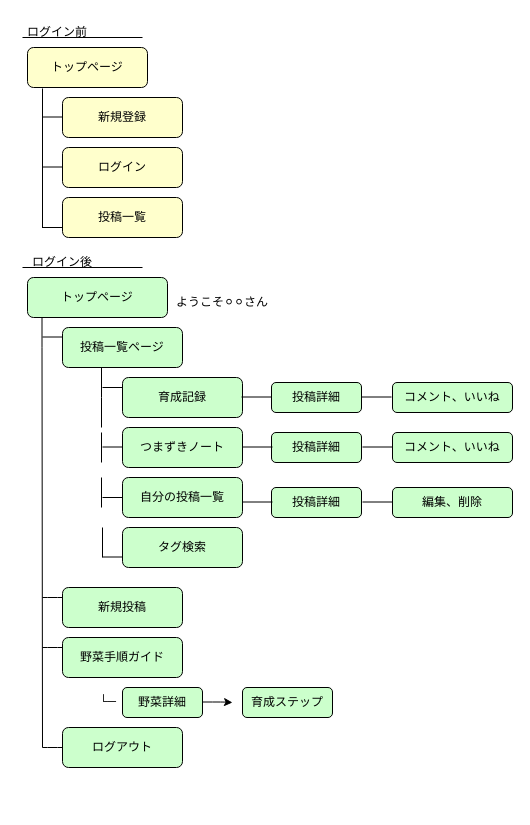
The draw.io diagram screen_transition.dio in okada076/original_app-42380, before the edit. Source tidied: cells renumbered, new cells numbered last; positions are measured from the earlier drawing's top-left corner, leaving out a move shared by most shapes. Both pictures are drawn from the tidied source at 100%, with x=0, y=0 at pixel (17, 17).
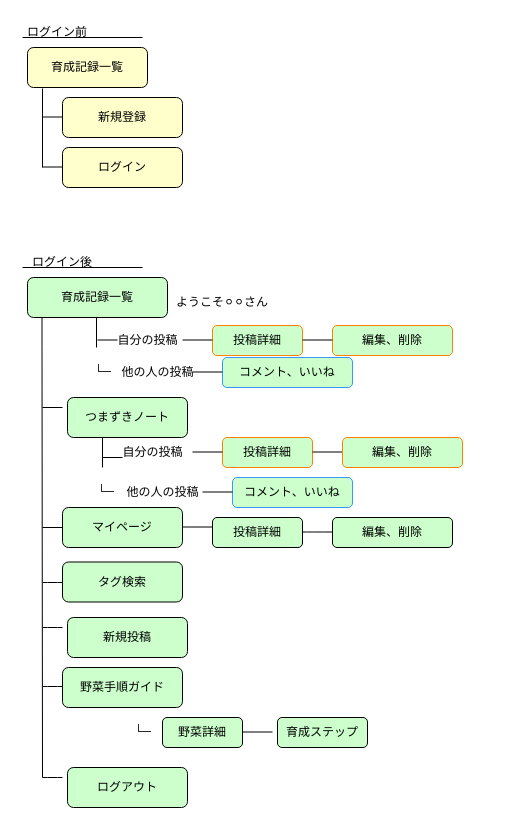
Above is the later version.

Commit message (it also covers changes not shown here):
画面遷移図編集

Diff of the diagram source:
```diff
@@
-    <mxCell id="4" style="shape=partialRectangle;whiteSpace=wrap;html=1;bottom=0;right=0;fillColor=none;direction=north;" parent="1" vertex="1">
-      <mxGeometry x="25" y="190" width="20" height="20" as="geometry" />
-    </mxCell>
@@
     <mxCell id="9" style="endArrow=none;html=1;" parent="1" edge="1">
       <mxGeometry relative="1" as="geometry">
-        <mxPoint x="25" y="319.5" as="sourcePoint" />
-        <mxPoint x="45" y="319.5" as="targetPoint" />
+        <mxPoint x="25" y="510" as="sourcePoint" />
+        <mxPoint x="45" y="510" as="targetPoint" />
         <Array as="points">
-          <mxPoint x="25" y="319.5" />
+          <mxPoint x="25" y="510" />
         </Array>
       </mxGeometry>
     </mxCell>
-    <mxCell id="10" value="トップページ" style="rounded=1;whiteSpace=wrap;html=1;fillColor=#CCFFCC;" parent="1" vertex="1">
+    <mxCell id="10" value="育成記録一覧" style="rounded=1;whiteSpace=wrap;html=1;fillColor=#CCFFCC;" parent="1" vertex="1">
       <mxGeometry x="10" y="260" width="140" height="40" as="geometry" />
     </mxCell>
@@
-    <mxCell id="12" style="endArrow=none;html=1;" parent="1" edge="1">
-      <mxGeometry relative="1" as="geometry">
-        <mxPoint x="84" y="380" as="sourcePoint" />
-        <mxPoint x="84" y="350" as="targetPoint" />
-      </mxGeometry>
-    </mxCell>
-    <mxCell id="13" style="endArrow=none;html=1;" parent="1" edge="1">
-      <mxGeometry relative="1" as="geometry">
-        <mxPoint x="85" y="540" as="sourcePoint" />
-        <mxPoint x="85" y="510" as="targetPoint" />
-      </mxGeometry>
-    </mxCell>
     <mxCell id="14" style="endArrow=none;html=1;" parent="1" edge="1">
       <mxGeometry relative="1" as="geometry">
-        <mxPoint x="84" y="490" as="sourcePoint" />
-        <mxPoint x="84" y="460" as="targetPoint" />
+        <mxPoint x="79" y="330" as="sourcePoint" />
+        <mxPoint x="79" y="300" as="targetPoint" />
       </mxGeometry>
     </mxCell>
     <mxCell id="15" style="endArrow=none;html=1;" parent="1" edge="1">
       <mxGeometry relative="1" as="geometry">
-        <mxPoint x="84" y="445" as="sourcePoint" />
-        <mxPoint x="84" y="415" as="targetPoint" />
+        <mxPoint x="85" y="450" as="sourcePoint" />
+        <mxPoint x="85" y="420" as="targetPoint" />
       </mxGeometry>
     </mxCell>
-    <mxCell id="16" style="endArrow=none;html=1;" parent="1" edge="1">
-      <mxGeometry relative="1" as="geometry">
-        <mxPoint x="84" y="410" as="sourcePoint" />
-        <mxPoint x="84" y="380" as="targetPoint" />
-      </mxGeometry>
-    </mxCell>
-    <mxCell id="17" style="endArrow=none;html=1;" parent="1" edge="1">
-      <mxGeometry relative="1" as="geometry">
-        <mxPoint x="85" y="370" as="sourcePoint" />
-        <mxPoint x="105" y="370" as="targetPoint" />
-        <Array as="points">
-          <mxPoint x="85" y="370" />
-        </Array>
-      </mxGeometry>
-    </mxCell>
     <mxCell id="18" style="endArrow=none;html=1;" parent="1" edge="1">
       <mxGeometry relative="1" as="geometry">
-        <mxPoint x="85" y="429.5" as="sourcePoint" />
-        <mxPoint x="105" y="429.5" as="targetPoint" />
+        <mxPoint x="25" y="390" as="sourcePoint" />
+        <mxPoint x="45" y="390" as="targetPoint" />
         <Array as="points">
-          <mxPoint x="85" y="429.5" />
+          <mxPoint x="25" y="390" />
         </Array>
       </mxGeometry>
     </mxCell>
     <mxCell id="19" style="endArrow=none;html=1;" parent="1" edge="1">
       <mxGeometry relative="1" as="geometry">
-        <mxPoint x="25" y="580" as="sourcePoint" />
-        <mxPoint x="45" y="580" as="targetPoint" />
+        <mxPoint x="25" y="565" as="sourcePoint" />
+        <mxPoint x="45" y="565" as="targetPoint" />
         <Array as="points">
-          <mxPoint x="35" y="580" />
+          <mxPoint x="35" y="565" />
         </Array>
       </mxGeometry>
     </mxCell>
-    <mxCell id="20" value="投稿一覧ページ" style="rounded=1;whiteSpace=wrap;html=1;fillColor=#CCFFCC;" parent="1" vertex="1">
-      <mxGeometry x="45" y="310" width="120" height="40" as="geometry" />
-    </mxCell>
-    <mxCell id="21" value="育成記録" style="rounded=1;whiteSpace=wrap;html=1;fillColor=#CCFFCC;" parent="1" vertex="1">
-      <mxGeometry x="105" y="360" width="120" height="40" as="geometry" />
-    </mxCell>
     <mxCell id="22" style="endArrow=none;html=1;" parent="1" edge="1">
       <mxGeometry relative="1" as="geometry">
-        <mxPoint x="85" y="539.5" as="sourcePoint" />
-        <mxPoint x="105" y="539.5" as="targetPoint" />
+        <mxPoint x="85" y="440" as="sourcePoint" />
+        <mxPoint x="105" y="440" as="targetPoint" />
         <Array as="points">
-          <mxPoint x="85" y="539.5" />
+          <mxPoint x="85" y="440" />
         </Array>
       </mxGeometry>
     </mxCell>
     <mxCell id="23" style="endArrow=none;html=1;" parent="1" edge="1">
       <mxGeometry relative="1" as="geometry">
-        <mxPoint x="85" y="480" as="sourcePoint" />
-        <mxPoint x="105" y="480" as="targetPoint" />
+        <mxPoint x="80" y="322.5" as="sourcePoint" />
+        <mxPoint x="100" y="322.5" as="targetPoint" />
         <Array as="points">
-          <mxPoint x="85" y="480" />
+          <mxPoint x="80" y="322.5" />
         </Array>
       </mxGeometry>
     </mxCell>
     <mxCell id="24" style="endArrow=none;html=1;" parent="1" edge="1">
       <mxGeometry relative="1" as="geometry">
-        <mxPoint x="25" y="630" as="sourcePoint" />
-        <mxPoint x="45" y="630" as="targetPoint" />
+        <mxPoint x="25" y="610" as="sourcePoint" />
+        <mxPoint x="45" y="610" as="targetPoint" />
         <Array as="points">
-          <mxPoint x="35" y="630" />
+          <mxPoint x="35" y="610" />
         </Array>
       </mxGeometry>
     </mxCell>
     <mxCell id="25" value="つまずきノート" style="rounded=1;whiteSpace=wrap;html=1;fillColor=#CCFFCC;" parent="1" vertex="1">
-      <mxGeometry x="105" y="410" width="120" height="40" as="geometry" />
+      <mxGeometry x="50" y="380" width="120" height="40" as="geometry" />
     </mxCell>
-    <mxCell id="26" value="自分の投稿一覧" style="rounded=1;whiteSpace=wrap;html=1;fillColor=#CCFFCC;" parent="1" vertex="1">
-      <mxGeometry x="105" y="460" width="120" height="40" as="geometry" />
+    <mxCell id="26" value="マイページ" style="rounded=1;whiteSpace=wrap;html=1;fillColor=#CCFFCC;" parent="1" vertex="1">
+      <mxGeometry x="45" y="490" width="120" height="40" as="geometry" />
     </mxCell>
     <mxCell id="27" value="タグ検索" style="rounded=1;whiteSpace=wrap;html=1;fillColor=#CCFFCC;" parent="1" vertex="1">
-      <mxGeometry x="105" y="510" width="120" height="40" as="geometry" />
+      <mxGeometry x="45" y="544.5" width="120" height="40" as="geometry" />
     </mxCell>
     <mxCell id="28" style="endArrow=none;html=1;" parent="1" edge="1">
       <mxGeometry relative="1" as="geometry">
-        <mxPoint x="25" y="730" as="sourcePoint" />
+        <mxPoint x="25" y="760" as="sourcePoint" />
         <mxPoint x="24.5" y="330" as="targetPoint" />
       </mxGeometry>
     </mxCell>
     <mxCell id="29" value="新規投稿" style="rounded=1;whiteSpace=wrap;html=1;fillColor=#CCFFCC;" parent="1" vertex="1">
-      <mxGeometry x="45" y="570" width="120" height="40" as="geometry" />
+      <mxGeometry x="50" y="600" width="120" height="40" as="geometry" />
     </mxCell>
     <mxCell id="30" value="野菜手順ガイド" style="rounded=1;whiteSpace=wrap;html=1;fillColor=#CCFFCC;" parent="1" vertex="1">
-      <mxGeometry x="45" y="620" width="120" height="40" as="geometry" />
+      <mxGeometry x="45" y="650" width="120" height="40" as="geometry" />
     </mxCell>
     <mxCell id="31" value="└─" style="text;whiteSpace=wrap;" parent="1" vertex="1">
-      <mxGeometry x="80" y="670" width="60" height="40" as="geometry" />
+      <mxGeometry x="115" y="700" width="60" height="40" as="geometry" />
     </mxCell>
     <mxCell id="32" value="野菜詳細" style="rounded=1;whiteSpace=wrap;html=1;fillColor=#CCFFCC;" parent="1" vertex="1">
-      <mxGeometry x="105" y="670" width="80" height="30" as="geometry" />
+      <mxGeometry x="145" y="700" width="80" height="30" as="geometry" />
     </mxCell>
-    <mxCell id="33" style="endArrow=classic;html=1;" parent="1" edge="1">
-      <mxGeometry relative="1" as="geometry">
-        <mxPoint x="185" y="684.5" as="sourcePoint" />
-        <mxPoint x="215" y="685" as="targetPoint" />
-        <Array as="points">
-          <mxPoint x="205" y="684.5" />
-        </Array>
-      </mxGeometry>
-    </mxCell>
     <mxCell id="34" value="育成ステップ" style="rounded=1;whiteSpace=wrap;html=1;fillColor=#CCFFCC;" parent="1" vertex="1">
-      <mxGeometry x="225" y="670" width="90" height="30" as="geometry" />
+      <mxGeometry x="260" y="700" width="90" height="30" as="geometry" />
     </mxCell>
     <mxCell id="35" style="endArrow=none;html=1;" parent="1" edge="1">
       <mxGeometry relative="1" as="geometry">
-        <mxPoint x="25" y="730" as="sourcePoint" />
-        <mxPoint x="45" y="730" as="targetPoint" />
+        <mxPoint x="25" y="760" as="sourcePoint" />
+        <mxPoint x="45" y="760" as="targetPoint" />
         <Array as="points">
-          <mxPoint x="35" y="730" />
+          <mxPoint x="35" y="760" />
         </Array>
       </mxGeometry>
     </mxCell>
     <mxCell id="36" value="ログアウト" style="rounded=1;whiteSpace=wrap;html=1;fillColor=#CCFFCC;" parent="1" vertex="1">
-      <mxGeometry x="45" y="710" width="120" height="40" as="geometry" />
+      <mxGeometry x="50" y="750" width="120" height="40" as="geometry" />
     </mxCell>
-    <mxCell id="37" value="コメント、いいね" style="rounded=1;whiteSpace=wrap;html=1;fillColor=#CCFFCC;" parent="1" vertex="1">
-      <mxGeometry x="375" y="365" width="120" height="30" as="geometry" />
+    <mxCell id="37" value="コメント、いいね" style="rounded=1;whiteSpace=wrap;html=1;fillColor=#CCFFCC;strokeColor=#3399FF;" parent="1" vertex="1">
+      <mxGeometry x="215" y="460" width="120" height="30" as="geometry" />
     </mxCell>
-    <mxCell id="38" value="コメント、いいね" style="rounded=1;whiteSpace=wrap;html=1;fillColor=#CCFFCC;" parent="1" vertex="1">
-      <mxGeometry x="375" y="415" width="120" height="30" as="geometry" />
+    <mxCell id="38" value="コメント、いいね" style="rounded=1;whiteSpace=wrap;html=1;fillColor=#CCFFCC;strokeColor=#3399FF;" parent="1" vertex="1">
+      <mxGeometry x="205" y="340" width="130" height="30" as="geometry" />
     </mxCell>
-    <mxCell id="39" value="投稿詳細" style="rounded=1;whiteSpace=wrap;html=1;fillColor=#CCFFCC;" parent="1" vertex="1">
-      <mxGeometry x="254" y="365" width="90" height="30" as="geometry" />
+    <mxCell id="39" value="投稿詳細" style="rounded=1;whiteSpace=wrap;html=1;fillColor=#CCFFCC;strokeColor=#FF8000;" parent="1" vertex="1">
+      <mxGeometry x="195" y="308" width="90" height="30" as="geometry" />
     </mxCell>
-    <mxCell id="40" value="投稿詳細" style="rounded=1;whiteSpace=wrap;html=1;fillColor=#CCFFCC;" parent="1" vertex="1">
-      <mxGeometry x="254" y="415" width="90" height="30" as="geometry" />
+    <mxCell id="40" value="投稿詳細" style="rounded=1;whiteSpace=wrap;html=1;fillColor=#CCFFCC;strokeColor=#FF8000;" parent="1" vertex="1">
+      <mxGeometry x="205" y="420" width="90" height="30" as="geometry" />
     </mxCell>
     <mxCell id="41" value="投稿詳細" style="rounded=1;whiteSpace=wrap;html=1;fillColor=#CCFFCC;" parent="1" vertex="1">
-      <mxGeometry x="254" y="470" width="90" height="30" as="geometry" />
+      <mxGeometry x="195" y="500" width="90" height="30" as="geometry" />
     </mxCell>
-    <mxCell id="42" value="編集、削除" style="rounded=1;whiteSpace=wrap;html=1;fillColor=#CCFFCC;" parent="1" vertex="1">
-      <mxGeometry x="375" y="470" width="120" height="30" as="geometry" />
+    <mxCell id="42" value="編集、削除" style="rounded=1;whiteSpace=wrap;html=1;fillColor=#CCFFCC;strokeColor=#FF8000;" parent="1" vertex="1">
+      <mxGeometry x="315" y="308" width="120" height="30" as="geometry" />
     </mxCell>
     <mxCell id="43" style="endArrow=none;html=1;" parent="1" edge="1">
       <mxGeometry relative="1" as="geometry">
-        <mxPoint x="224" y="379.5" as="sourcePoint" />
-        <mxPoint x="254" y="379.5" as="targetPoint" />
+        <mxPoint x="165" y="322.5" as="sourcePoint" />
+        <mxPoint x="195" y="322.5" as="targetPoint" />
         <Array as="points">
-          <mxPoint x="254" y="379.5" />
+          <mxPoint x="195" y="322.5" />
         </Array>
       </mxGeometry>
     </mxCell>
-    <mxCell id="44" style="endArrow=none;html=1;" parent="1" edge="1">
-      <mxGeometry relative="1" as="geometry">
-        <mxPoint x="225" y="429.5" as="sourcePoint" />
-        <mxPoint x="255" y="429.5" as="targetPoint" />
-        <Array as="points">
-          <mxPoint x="255" y="429.5" />
-        </Array>
-      </mxGeometry>
-    </mxCell>
     <mxCell id="45" style="endArrow=none;html=1;" parent="1" edge="1">
       <mxGeometry relative="1" as="geometry">
-        <mxPoint x="344" y="379.5" as="sourcePoint" />
-        <mxPoint x="374" y="379.5" as="targetPoint" />
+        <mxPoint x="285" y="322.5" as="sourcePoint" />
+        <mxPoint x="315" y="322.5" as="targetPoint" />
         <Array as="points">
-          <mxPoint x="374" y="379.5" />
+          <mxPoint x="315" y="322.5" />
         </Array>
       </mxGeometry>
     </mxCell>
     <mxCell id="46" style="endArrow=none;html=1;" parent="1" edge="1">
       <mxGeometry relative="1" as="geometry">
-        <mxPoint x="225" y="484.5" as="sourcePoint" />
-        <mxPoint x="255" y="484.5" as="targetPoint" />
+        <mxPoint x="295" y="434.5" as="sourcePoint" />
+        <mxPoint x="325" y="434.5" as="targetPoint" />
         <Array as="points">
-          <mxPoint x="255" y="484.5" />
+          <mxPoint x="325" y="434.5" />
         </Array>
       </mxGeometry>
     </mxCell>
     <mxCell id="47" style="endArrow=none;html=1;" parent="1" edge="1">
       <mxGeometry relative="1" as="geometry">
-        <mxPoint x="345" y="429.5" as="sourcePoint" />
-        <mxPoint x="375" y="429.5" as="targetPoint" />
+        <mxPoint x="185" y="474.5" as="sourcePoint" />
+        <mxPoint x="215" y="474.5" as="targetPoint" />
         <Array as="points">
-          <mxPoint x="375" y="429.5" />
+          <mxPoint x="215" y="474.5" />
         </Array>
       </mxGeometry>
     </mxCell>
     <mxCell id="48" style="endArrow=none;html=1;" parent="1" edge="1">
       <mxGeometry relative="1" as="geometry">
-        <mxPoint x="345" y="484.5" as="sourcePoint" />
-        <mxPoint x="375" y="484.5" as="targetPoint" />
+        <mxPoint x="175" y="354.5" as="sourcePoint" />
+        <mxPoint x="205" y="354.5" as="targetPoint" />
         <Array as="points">
-          <mxPoint x="375" y="484.5" />
+          <mxPoint x="205" y="354.5" />
         </Array>
       </mxGeometry>
     </mxCell>
@@
-    <mxCell id="50" value="トップページ" style="rounded=1;whiteSpace=wrap;html=1;fillColor=#FFFFCC;" parent="1" vertex="1">
+    <mxCell id="50" value="育成記録一覧" style="rounded=1;whiteSpace=wrap;html=1;fillColor=#FFFFCC;" parent="1" vertex="1">
       <mxGeometry x="10" y="30" width="120" height="40" as="geometry" />
     </mxCell>
-    <mxCell id="51" value="投稿一覧" style="rounded=1;whiteSpace=wrap;html=1;fillColor=#FFFFCC;" parent="1" vertex="1">
-      <mxGeometry x="45" y="180" width="120" height="40" as="geometry" />
-    </mxCell>
@@
     <mxCell id="54" style="endArrow=none;html=1;entryX=0.125;entryY=1.025;entryDx=0;entryDy=0;entryPerimeter=0;" parent="1" edge="1" target="50">
       <mxGeometry relative="1" as="geometry">
-        <mxPoint x="25" y="190" as="sourcePoint" />
+        <mxPoint x="25" y="150" as="sourcePoint" />
       </mxGeometry>
     </mxCell>
@@
+    <mxCell id="56" value="自分の投稿" style="text;html=1;align=center;verticalAlign=middle;strokeColor=none;fillColor=none;" parent="1" vertex="1">
+      <mxGeometry x="90" y="308" width="80" height="30" as="geometry" />
+    </mxCell>
+    <mxCell id="57" value="他の人の投稿" style="text;html=1;align=center;verticalAlign=middle;strokeColor=none;fillColor=none;" parent="1" vertex="1">
+      <mxGeometry x="90" y="340" width="100" height="30" as="geometry" />
+    </mxCell>
+    <mxCell id="58" style="endArrow=none;html=1;" parent="1" edge="1">
+      <mxGeometry relative="1" as="geometry">
+        <mxPoint x="225" y="529" as="sourcePoint" />
+        <mxPoint x="225" y="529" as="targetPoint" />
+        <Array as="points">
+          <mxPoint x="225" y="529" />
+        </Array>
+      </mxGeometry>
+    </mxCell>
+    <mxCell id="59" value="自分の投稿" style="text;html=1;align=center;verticalAlign=middle;strokeColor=none;fillColor=none;" parent="1" vertex="1">
+      <mxGeometry x="95" y="420" width="80" height="30" as="geometry" />
+    </mxCell>
+    <mxCell id="60" value="編集、削除" style="rounded=1;whiteSpace=wrap;html=1;fillColor=#CCFFCC;strokeColor=#FF8000;" parent="1" vertex="1">
+      <mxGeometry x="325" y="420" width="120" height="30" as="geometry" />
+    </mxCell>
+    <mxCell id="61" value="他の人の投稿" style="text;html=1;align=center;verticalAlign=middle;strokeColor=none;fillColor=none;" parent="1" vertex="1">
+      <mxGeometry x="95" y="460" width="100" height="30" as="geometry" />
+    </mxCell>
+    <mxCell id="62" style="endArrow=none;html=1;" parent="1" edge="1">
+      <mxGeometry relative="1" as="geometry">
+        <mxPoint x="25" y="669" as="sourcePoint" />
+        <mxPoint x="45" y="669" as="targetPoint" />
+        <Array as="points">
+          <mxPoint x="35" y="669" />
+        </Array>
+      </mxGeometry>
+    </mxCell>
+    <mxCell id="63" value="└─" style="text;whiteSpace=wrap;" parent="1" vertex="1">
+      <mxGeometry x="77.5" y="460" width="57.5" height="40" as="geometry" />
+    </mxCell>
+    <mxCell id="64" value="└─" style="text;whiteSpace=wrap;" parent="1" vertex="1">
+      <mxGeometry x="75" y="340" width="65" height="40" as="geometry" />
+    </mxCell>
+    <mxCell id="65" style="endArrow=none;html=1;" parent="1" edge="1">
+      <mxGeometry relative="1" as="geometry">
+        <mxPoint x="175" y="434.5" as="sourcePoint" />
+        <mxPoint x="205" y="434.5" as="targetPoint" />
+        <Array as="points">
+          <mxPoint x="205" y="434.5" />
+        </Array>
+      </mxGeometry>
+    </mxCell>
+    <mxCell id="66" style="endArrow=none;html=1;" parent="1" edge="1">
+      <mxGeometry relative="1" as="geometry">
+        <mxPoint x="165" y="509.5" as="sourcePoint" />
+        <mxPoint x="195" y="509.5" as="targetPoint" />
+        <Array as="points">
+          <mxPoint x="195" y="509.5" />
+        </Array>
+      </mxGeometry>
+    </mxCell>
+    <mxCell id="67" style="endArrow=none;html=1;" parent="1" edge="1">
+      <mxGeometry relative="1" as="geometry">
+        <mxPoint x="225" y="714.5" as="sourcePoint" />
+        <mxPoint x="255" y="714.5" as="targetPoint" />
+        <Array as="points">
+          <mxPoint x="255" y="714.5" />
+        </Array>
+      </mxGeometry>
+    </mxCell>
+    <mxCell id="68" style="endArrow=none;html=1;" parent="1" edge="1">
+      <mxGeometry relative="1" as="geometry">
+        <mxPoint x="285" y="514.5" as="sourcePoint" />
+        <mxPoint x="315" y="514.5" as="targetPoint" />
+        <Array as="points">
+          <mxPoint x="295" y="514.5" />
+          <mxPoint x="315" y="514.5" />
+        </Array>
+      </mxGeometry>
+    </mxCell>
+    <mxCell id="69" value="編集、削除" style="rounded=1;whiteSpace=wrap;html=1;fillColor=#CCFFCC;strokeColor=#000000;" parent="1" vertex="1">
+      <mxGeometry x="315" y="500" width="120" height="30" as="geometry" />
+    </mxCell>
```
